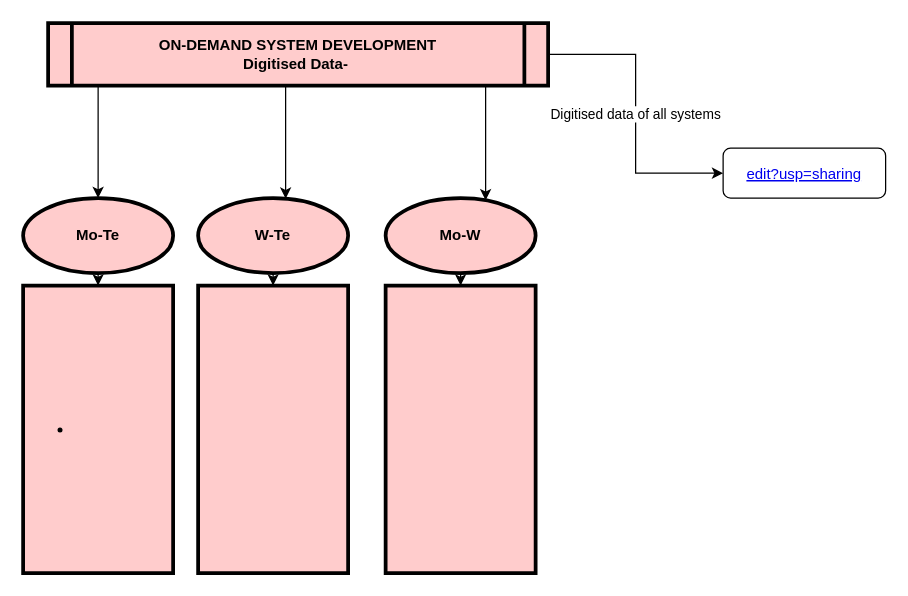
Shreyamkmr/MTPgraphs keeps this draw.io diagram as project workflow.drawio. Above is the earlier version. Source tidied: cells renumbered, new cells numbered last; positions are measured from the earlier drawing's top-left corner, leaving out a move shared by most shapes. Both pictures are drawn from the tidied source at 125%, with x=0, y=0 at pixel (22, 22).
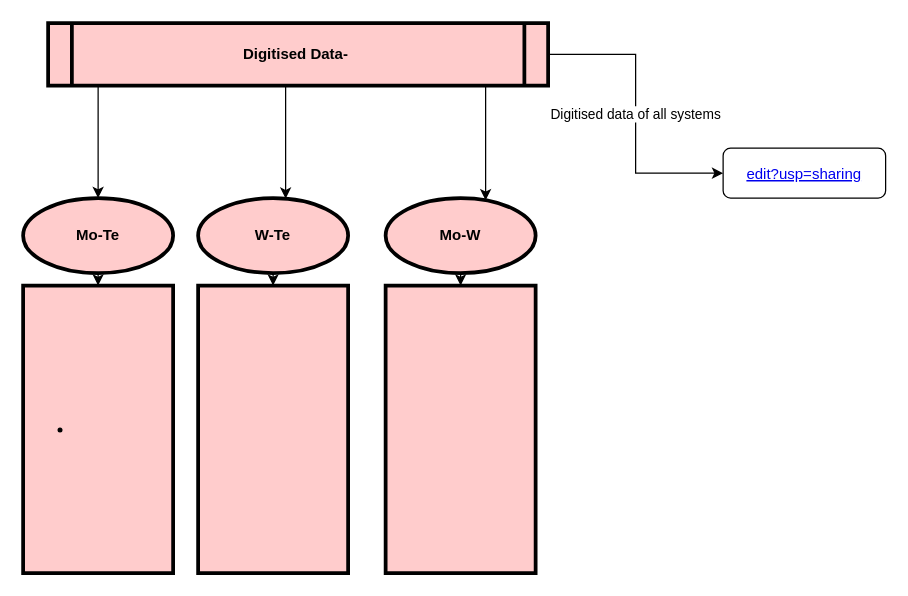
The same diagram, later.

Commit message:
heading name changed

Change to the diagram source:
```diff
@@
-    <mxCell id="6" value="ON-DEMAND SYSTEM DEVELOPMENT&#10;Digitised Data- " style="shape=process;whiteSpace=wrap;align=center;verticalAlign=middle;size=0.0475;fontStyle=1;strokeWidth=3;fillColor=#FFCCCC;" parent="1" vertex="1">
+    <mxCell id="6" value="Digitised Data- " style="shape=process;whiteSpace=wrap;align=center;verticalAlign=middle;size=0.0475;fontStyle=1;strokeWidth=3;fillColor=#FFCCCC;" parent="1" vertex="1">
       <mxGeometry x="20" width="400" height="50" as="geometry" />
     </mxCell>
```
